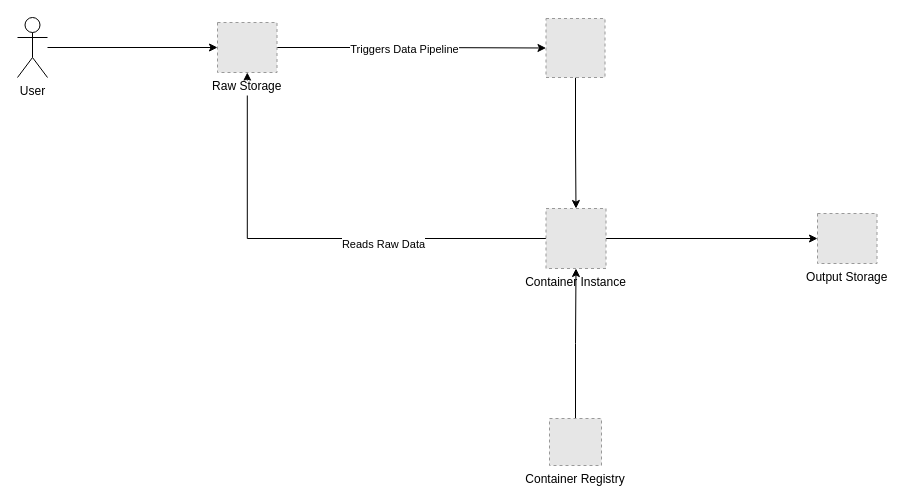
mahdikhashan/azure-dataset-processing-pipeline keeps this draw.io diagram as docs/adf-data-pipeline.drawio.xml. Above is the earlier version. Source tidied: cells renumbered, new cells numbered last; positions are measured from the earlier drawing's top-left corner, leaving out a move shared by most shapes. Both pictures are drawn from the tidied source at 100%, with x=0, y=0 at pixel (17, 17). Pictures stored in the file or linked from it are replaced by grey dashed boxes.
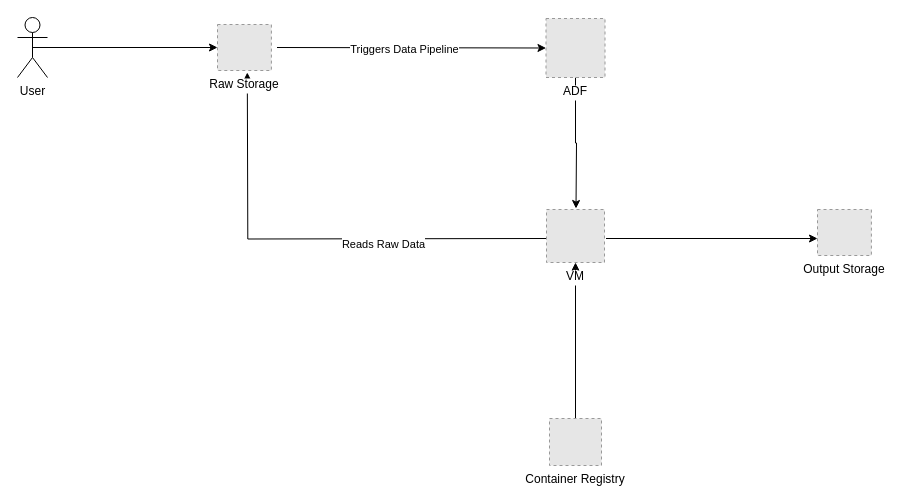
The same diagram, later.

Change to the diagram source:
```diff
@@
 <mxGraphModel>
   <root>
     <mxCell id="0" />
     <mxCell id="1" parent="0" />
-    <mxCell id="2" style="edgeStyle=orthogonalEdgeStyle;rounded=0;jettySize=auto;html=1;entryX=0.5;entryY=0;entryDx=0;entryDy=0;" parent="1" edge="1" source="3" target="7">
-      <mxGeometry relative="1" as="geometry" />
+    <mxCell id="2" style="edgeStyle=orthogonalEdgeStyle;rounded=0;jettySize=auto;html=1;entryX=0.5;entryY=0;entryDx=0;entryDy=0;" parent="1" edge="1" source="3">
+      <mxGeometry relative="1" as="geometry">
+        <mxPoint x="558.5" y="191" as="targetPoint" />
+      </mxGeometry>
     </mxCell>
-    <mxCell id="3" style="fillColor=#E6E6E6;strokeColor=#999999;dashed=1;verticalLabelPosition=bottom;labelBackgroundColor=#ffffff;verticalAlign=top;" parent="1" vertex="1">
+    <mxCell id="3" value="ADF" style="fillColor=#E6E6E6;strokeColor=#999999;dashed=1;verticalLabelPosition=bottom;labelBackgroundColor=#ffffff;verticalAlign=top;" parent="1" vertex="1">
       <mxGeometry x="528.5" y="1" width="59" height="59" as="geometry" />
     </mxCell>
-    <mxCell id="4" style="edgeStyle=orthogonalEdgeStyle;rounded=0;jettySize=auto;html=1;" parent="1" edge="1" source="7" target="12">
-      <mxGeometry relative="1" as="geometry" />
+    <mxCell id="4" style="edgeStyle=orthogonalEdgeStyle;rounded=0;orthogonalLoop=1;jettySize=auto;html=1;" parent="1" edge="1">
+      <mxGeometry relative="1" as="geometry">
+        <mxPoint x="528.5" y="221" as="sourcePoint" />
+        <mxPoint x="229.8" y="55" as="targetPoint" />
+      </mxGeometry>
     </mxCell>
     <mxCell id="5" value="Reads Raw Data" style="edgeLabel;html=1;align=center;verticalAlign=middle;" parent="4" vertex="1">
       <mxGeometry x="-0.3" y="5" relative="1" as="geometry" />
     </mxCell>
-    <mxCell id="6" style="edgeStyle=orthogonalEdgeStyle;rounded=0;jettySize=auto;html=1;" parent="1" edge="1" source="7" target="15">
-      <mxGeometry relative="1" as="geometry" />
+    <mxCell id="6" style="edgeStyle=orthogonalEdgeStyle;rounded=0;orthogonalLoop=1;jettySize=auto;html=1;" parent="1" edge="1">
+      <mxGeometry relative="1" as="geometry">
+        <mxPoint x="588.5" y="221" as="sourcePoint" />
+        <mxPoint x="800" y="221" as="targetPoint" />
+      </mxGeometry>
     </mxCell>
-    <mxCell id="7" value="Container Instance" style="fillColor=#E6E6E6;strokeColor=#999999;dashed=1;verticalLabelPosition=bottom;labelBackgroundColor=#ffffff;verticalAlign=top;" parent="1" vertex="1">
-      <mxGeometry x="528.5" y="191" width="60" height="60" as="geometry" />
-    </mxCell>
-    <mxCell id="8" style="edgeStyle=orthogonalEdgeStyle;rounded=0;jettySize=auto;html=1;" parent="1" edge="1" source="9" target="7">
+    <mxCell id="8" style="edgeStyle=orthogonalEdgeStyle;rounded=0;jettySize=auto;html=1;" parent="1" edge="1" source="9" target="16">
       <mxGeometry relative="1" as="geometry" />
     </mxCell>
     <mxCell id="9" value="Container Registry" style="fillColor=#E6E6E6;strokeColor=#999999;dashed=1;verticalLabelPosition=bottom;labelBackgroundColor=#ffffff;verticalAlign=top;" parent="1" vertex="1">
       <mxGeometry x="532" y="401" width="52" height="47" as="geometry" />
     </mxCell>
-    <mxCell id="10" style="edgeStyle=orthogonalEdgeStyle;rounded=0;jettySize=auto;html=1;entryX=0;entryY=0.5;entryDx=0;entryDy=0;" parent="1" edge="1" source="12" target="3">
-      <mxGeometry relative="1" as="geometry" />
+    <mxCell id="10" style="edgeStyle=orthogonalEdgeStyle;rounded=0;jettySize=auto;html=1;entryX=0;entryY=0.5;entryDx=0;entryDy=0;" parent="1" edge="1" target="3">
+      <mxGeometry relative="1" as="geometry">
+        <mxPoint x="259.5" y="30" as="sourcePoint" />
+      </mxGeometry>
     </mxCell>
     <mxCell id="11" value="Triggers Data Pipeline" style="edgeLabel;html=1;align=center;verticalAlign=middle;" parent="10" vertex="1">
       <mxGeometry x="-0.26" relative="1" as="geometry">
         <mxPoint x="27" y="1" as="offset" />
       </mxGeometry>
     </mxCell>
-    <mxCell id="12" value="Raw Storage" style="fillColor=#E6E6E6;strokeColor=#999999;dashed=1;verticalLabelPosition=bottom;labelBackgroundColor=#ffffff;verticalAlign=top;" parent="1" vertex="1">
-      <mxGeometry x="200" y="5" width="59.5" height="50" as="geometry" />
-    </mxCell>
-    <mxCell id="13" style="edgeStyle=orthogonalEdgeStyle;rounded=0;jettySize=auto;html=1;entryX=0;entryY=0.5;entryDx=0;entryDy=0;" parent="1" edge="1" source="14" target="12">
+    <mxCell id="13" style="edgeStyle=orthogonalEdgeStyle;rounded=0;jettySize=auto;html=1;exitX=0.5;exitY=0.5;exitDx=0;exitDy=0;exitPerimeter=0;entryX=0;entryY=0.5;entryDx=0;entryDy=0;" parent="1" edge="1" source="14" target="12">
       <mxGeometry relative="1" as="geometry" />
     </mxCell>
     <mxCell id="14" value="&lt;div&gt;&lt;span style=&quot;background-color: transparent; color: light-dark(rgb(0, 0, 0), rgb(255, 255, 255));&quot;&gt;User&lt;/span&gt;&lt;/div&gt;" style="shape=umlActor;verticalLabelPosition=bottom;verticalAlign=top;html=1;outlineConnect=0;" parent="1" vertex="1">
       <mxGeometry width="30" height="60" as="geometry" />
     </mxCell>
+    <mxCell id="12" value="Raw Storage" style="fillColor=#E6E6E6;strokeColor=#999999;dashed=1;verticalLabelPosition=bottom;labelBackgroundColor=#ffffff;verticalAlign=top;" parent="1" vertex="1">
+      <mxGeometry x="200" y="7" width="53.9" height="46" as="geometry" />
+    </mxCell>
     <mxCell id="15" value="Output Storage" style="fillColor=#E6E6E6;strokeColor=#999999;dashed=1;verticalLabelPosition=bottom;labelBackgroundColor=#ffffff;verticalAlign=top;" parent="1" vertex="1">
-      <mxGeometry x="800" y="196" width="59.5" height="50" as="geometry" />
+      <mxGeometry x="800" y="192" width="53.9" height="46" as="geometry" />
     </mxCell>
+    <mxCell id="16" value="VM" style="fillColor=#E6E6E6;strokeColor=#999999;dashed=1;verticalLabelPosition=bottom;labelBackgroundColor=#ffffff;verticalAlign=top;" parent="1" vertex="1">
+      <mxGeometry x="529" y="192" width="58" height="53" as="geometry" />
+    </mxCell>
   </root>
 </mxGraphModel>
```
